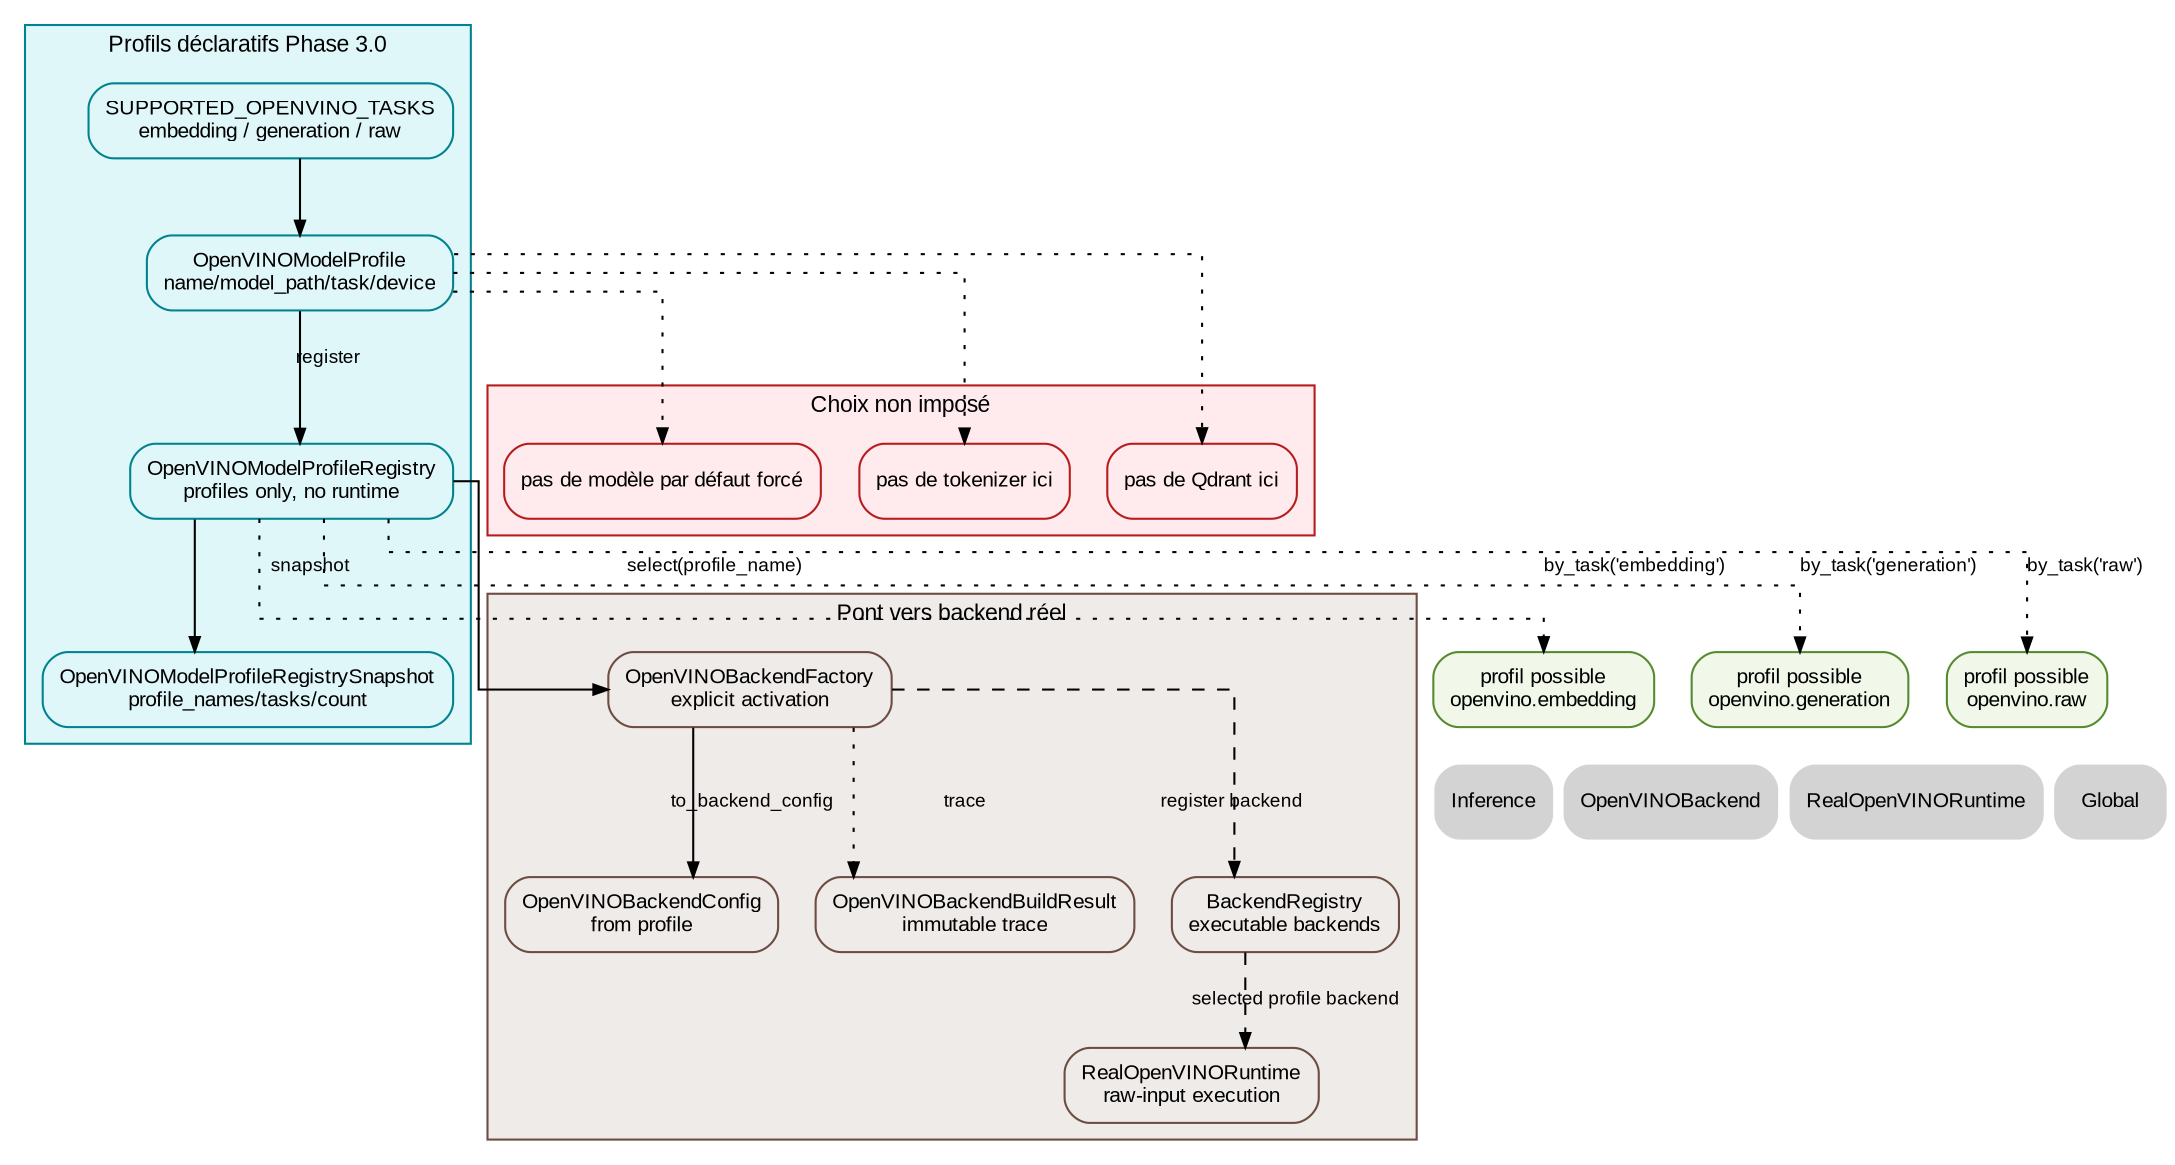
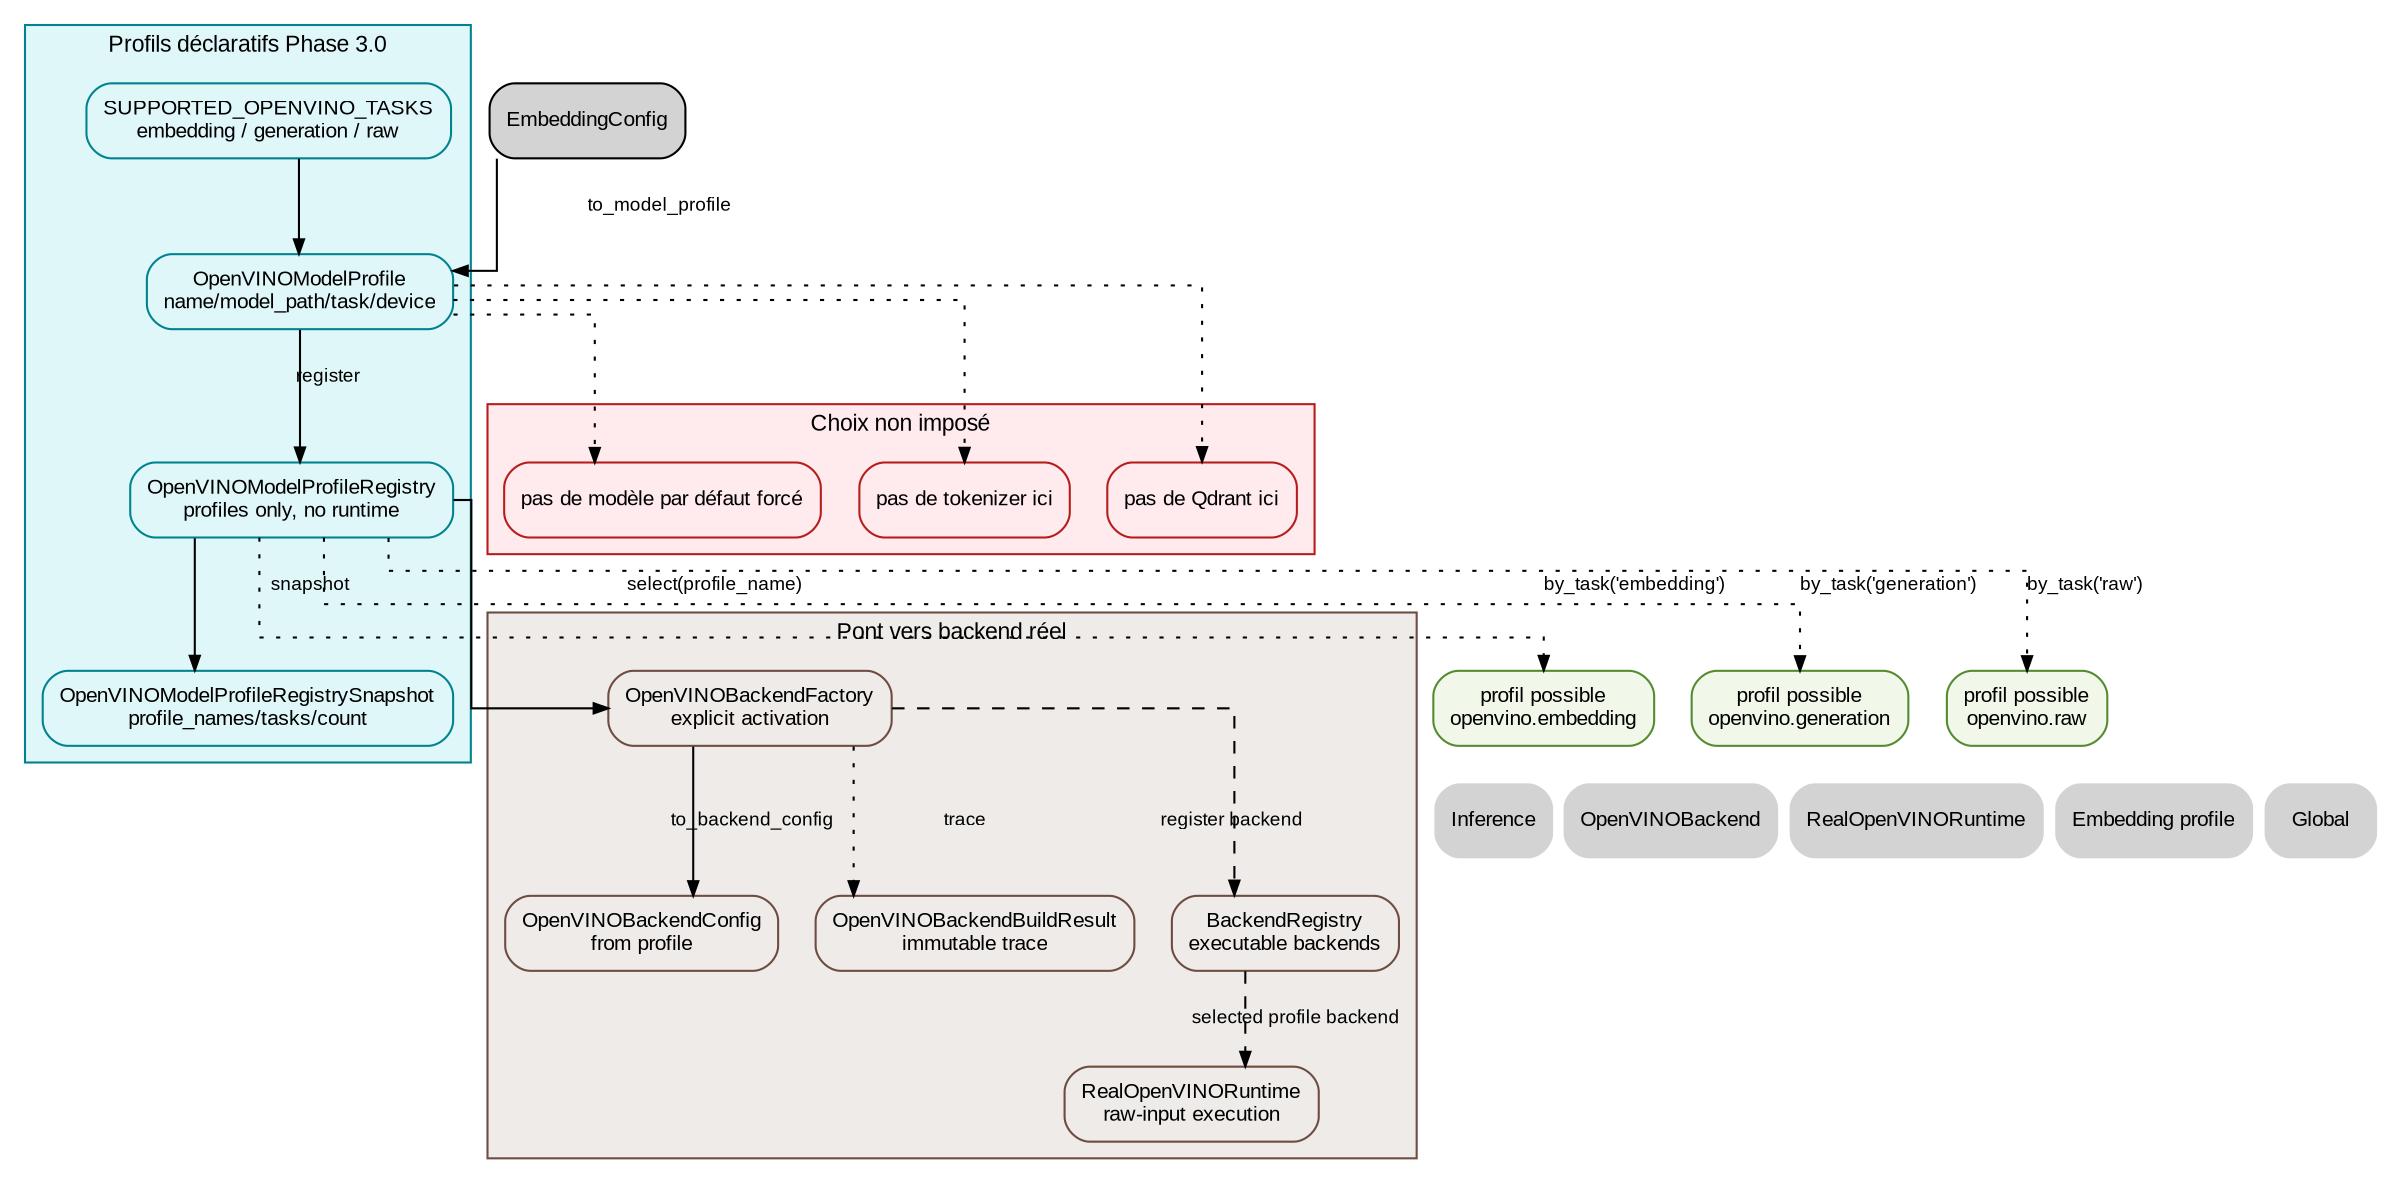
digraph OpenVINOProfiles {
    // ROADMAP_ID: inference.openvino_profiles
    // ROADMAP_PARENT: inference/40_inference.dot
    // ROADMAP_NOTE[phase3_0]:
    // Cette page sépare le choix déclaratif des modèles OpenVINO de leur
    // exécution. Un profil peut décrire embedding, generation ou raw sans
    // charger OpenVINO et sans enregistrer de backend exécutable.

    // ROADMAP_NOTE[phase3_1]:
    // OpenVINOBackendFactory active explicitement un profil en construisant le
    // backend correspondant et en l'enregistrant dans BackendRegistry.
+ 
+     // ROADMAP_NOTE[phase3_2]:
+     // OpenVINOEmbeddingProfileConfig ajoute une spécialisation déclarative pour
+     // décrire un modèle embedding local sans le charger ni choisir de tokenizer.

    rankdir=TB;
    splines=ortho;

    graph [fontname="Arial", fontsize=11];
    node [shape=box, style="rounded,filled", fontname="Arial", fontsize=10];
    edge [fontname="Arial", fontsize=9, arrowsize=0.7];

    subgraph cluster_profiles {
        label="Profils déclaratifs Phase 3.0";
        color="#00838f";
        bgcolor="#e0f7fa";
        node [fillcolor="#e0f7fa", color="#00838f"];

        Profile [label="OpenVINOModelProfile\nname/model_path/task/device"];
        ProfileRegistry [label="OpenVINOModelProfileRegistry\nprofiles only, no runtime"];
        ProfileSnapshot [label="OpenVINOModelProfileRegistrySnapshot\nprofile_names/tasks/count"];
        SupportedTasks [label="SUPPORTED_OPENVINO_TASKS\nembedding / generation / raw"];
    }

    subgraph cluster_backend_bridge {
        label="Pont vers backend réel";
        color="#6d4c41";
        bgcolor="#efebe9";
        node [fillcolor="#efebe9", color="#6d4c41"];

        BackendConfig [label="OpenVINOBackendConfig\nfrom profile", URL="41_openvino_backend.svg"];
        BackendFactory [label="OpenVINOBackendFactory\nexplicit activation"];
        BuildResult [label="OpenVINOBackendBuildResult\nimmutable trace"];
        BackendRegistry [label="BackendRegistry\nexecutable backends", URL="40_inference.svg"];
        Runtime [label="RealOpenVINORuntime\nraw-input execution", URL="42_openvino_runtime.svg"];
    }

    subgraph cluster_decision {
        label="Choix non imposé";
        color="#b71c1c";
        bgcolor="#ffebee";
        node [fillcolor="#ffebee", color="#b71c1c"];

        NoDefaultModel [label="pas de modèle par défaut forcé"];
        NoTokenizer [label="pas de tokenizer ici"];
        NoQdrant [label="pas de Qdrant ici"];
    }

    Embedding [label="profil possible\nopenvino.embedding", fillcolor="#f1f8e9", color="#558b2f"];
    Generation [label="profil possible\nopenvino.generation", fillcolor="#f1f8e9", color="#558b2f"];
    Raw [label="profil possible\nopenvino.raw", fillcolor="#f1f8e9", color="#558b2f"];

    SupportedTasks -> Profile;
+     EmbeddingConfig -> Profile [label="to_model_profile"];
    Profile -> ProfileRegistry [label="register"];
    ProfileRegistry -> ProfileSnapshot [label="snapshot"];
    ProfileRegistry -> Embedding [style=dotted, label="by_task('embedding')"];
    ProfileRegistry -> Generation [style=dotted, label="by_task('generation')"];
    ProfileRegistry -> Raw [style=dotted, label="by_task('raw')"];
    ProfileRegistry -> BackendFactory [label="select(profile_name)"];
    BackendFactory -> BackendConfig [label="to_backend_config"];
    BackendFactory -> BackendRegistry [style=dashed, label="register backend"];
    BackendFactory -> BuildResult [style=dotted, label="trace"];
    BackendRegistry -> Runtime [style=dashed, label="selected profile backend"];

    Profile -> NoDefaultModel [style=dotted];
    Profile -> NoTokenizer [style=dotted];
    Profile -> NoQdrant [style=dotted];

    Nav_Inference [label="Inference", shape=plaintext, URL="40_inference.svg"];
    Nav_Backend [label="OpenVINOBackend", shape=plaintext, URL="41_openvino_backend.svg"];
    Nav_Runtime [label="RealOpenVINORuntime", shape=plaintext, URL="42_openvino_runtime.svg"];
+     Nav_Embedding [label="Embedding profile", shape=plaintext, URL="44_openvino_embedding_profile.svg"];
    Nav_Global [label="Global", shape=plaintext, URL="../00_global.svg"];

-     { rank=sink; Nav_Inference; Nav_Backend; Nav_Runtime; Nav_Global; }
+     { rank=sink; Nav_Inference; Nav_Backend; Nav_Runtime; Nav_Embedding; Nav_Global; }
}
